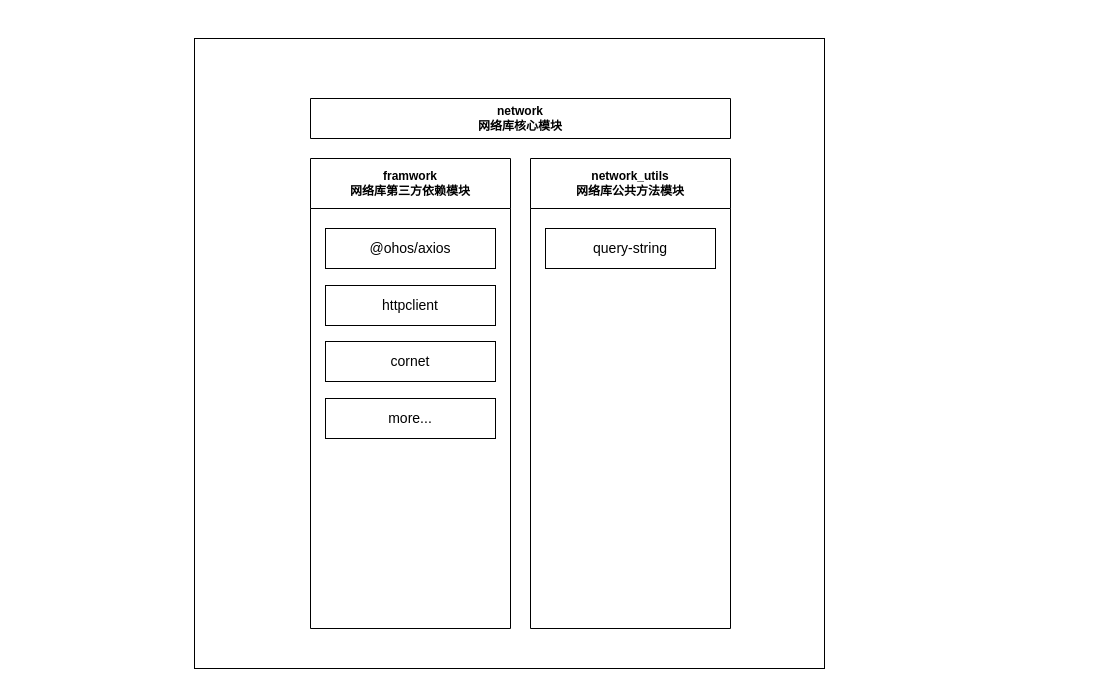
This is net流程图.drawio from ireneAi/ireneAi.github.io, a draw.io file, before an edit. Source tidied: cells renumbered, new cells numbered last; positions are measured from the earlier drawing's top-left corner, leaving out a move shared by most shapes. Both pictures are drawn from the tidied source at 100%, with x=0, y=0 at pixel (194, 38).
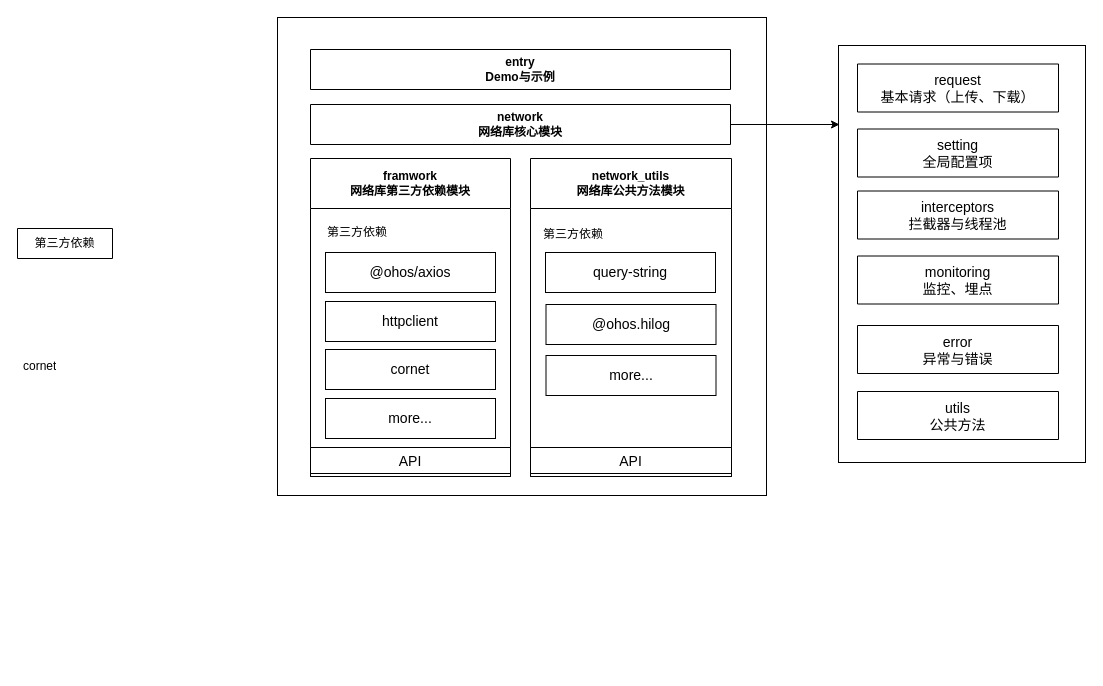
Above is the later version.

Commit message:
更新net流程图.drawio

Diff of the diagram source:
```diff
@@
-    <mxCell id="2" style="whiteSpace=wrap;html=1;" parent="1" vertex="1">
-      <mxGeometry width="630" height="630" as="geometry" />
-    </mxCell>
+    <mxCell id="11" style="rounded=0;whiteSpace=wrap;html=1;" parent="1" vertex="1">
+      <mxGeometry x="644" y="7" width="247" height="417" as="geometry" />
+    </mxCell>
+    <mxCell id="12" style="rounded=0;whiteSpace=wrap;html=1;" parent="1" vertex="1">
+      <mxGeometry x="83" y="-21" width="489" height="478" as="geometry" />
+    </mxCell>
+    <mxCell id="13" style="edgeStyle=orthogonalEdgeStyle;rounded=0;jettySize=auto;html=1;exitX=1;exitY=0.5;exitDx=0;exitDy=0;" parent="1" edge="1" source="3">
+      <mxGeometry relative="1" as="geometry">
+        <mxPoint x="645" y="86" as="targetPoint" />
+      </mxGeometry>
+    </mxCell>
     <mxCell id="3" value="network&lt;br&gt;网络库核心模块" style="swimlane;whiteSpace=wrap;html=1;startSize=50;" parent="1" vertex="1" collapsed="1">
-      <mxGeometry x="116" y="60" width="420" height="40" as="geometry" />
+      <mxGeometry x="116" y="66" width="420" height="40" as="geometry" />
     </mxCell>
     <mxCell id="4" value="network_utils&lt;br&gt;网络库公共方法模块" style="swimlane;whiteSpace=wrap;html=1;startSize=50;" parent="1" vertex="1">
-      <mxGeometry x="336" y="120" width="200" height="470" as="geometry" />
+      <mxGeometry x="336" y="120" width="201" height="318" as="geometry" />
     </mxCell>
+    <mxCell id="14" value="API" style="swimlane;fontStyle=0;horizontal=1;startSize=26;align=center;fontSize=14;" parent="4" vertex="1" collapsed="1">
+      <mxGeometry y="289" width="201" height="29" as="geometry" />
+    </mxCell>
+    <mxCell id="15" value="@ohos.hilog" style="rounded=0;whiteSpace=wrap;html=1;fontSize=14;" parent="4" vertex="1">
+      <mxGeometry x="15.5" y="146" width="170" height="40" as="geometry" />
+    </mxCell>
+    <mxCell id="16" value="more..." style="rounded=0;whiteSpace=wrap;html=1;fontSize=14;" parent="4" vertex="1">
+      <mxGeometry x="15.5" y="197" width="170" height="40" as="geometry" />
+    </mxCell>
     <mxCell id="5" value="framwork&lt;br&gt;网络库第三方依赖模块" style="swimlane;whiteSpace=wrap;html=1;startSize=50;" parent="1" vertex="1">
-      <mxGeometry x="116" y="120" width="200" height="470" as="geometry" />
+      <mxGeometry x="116" y="120" width="200" height="318" as="geometry" />
     </mxCell>
     <mxCell id="6" value="@ohos/axios" style="rounded=0;whiteSpace=wrap;html=1;fontSize=14;" parent="5" vertex="1">
-      <mxGeometry x="15" y="70" width="170" height="40" as="geometry" />
+      <mxGeometry x="15" y="94" width="170" height="40" as="geometry" />
     </mxCell>
     <mxCell id="7" value="httpclient" style="rounded=0;whiteSpace=wrap;html=1;fontSize=14;" parent="1" vertex="1">
-      <mxGeometry x="131" y="247" width="170" height="40" as="geometry" />
+      <mxGeometry x="131" y="263" width="170" height="40" as="geometry" />
     </mxCell>
     <mxCell id="8" value="cornet" style="rounded=0;whiteSpace=wrap;html=1;fontSize=14;" parent="1" vertex="1">
-      <mxGeometry x="131" y="303" width="170" height="40" as="geometry" />
+      <mxGeometry x="131" y="311" width="170" height="40" as="geometry" />
     </mxCell>
@@
     <mxCell id="10" value="query-string" style="rounded=0;whiteSpace=wrap;html=1;fontSize=14;" parent="1" vertex="1">
-      <mxGeometry x="351" y="190" width="170" height="40" as="geometry" />
+      <mxGeometry x="351" y="214" width="170" height="40" as="geometry" />
     </mxCell>
+    <mxCell id="17" value="entry&lt;br&gt;Demo与示例" style="swimlane;whiteSpace=wrap;html=1;startSize=50;" parent="1" vertex="1" collapsed="1">
+      <mxGeometry x="116" y="11" width="420" height="40" as="geometry" />
+    </mxCell>
+    <mxCell id="18" value="第三方依赖" style="swimlane;fontStyle=0;horizontal=1;startSize=30;whiteSpace=wrap;html=1;" parent="1" vertex="1" collapsed="1">
+      <mxGeometry x="-177" y="190" width="95" height="30" as="geometry" />
+    </mxCell>
+    <mxCell id="19" value="cornet" style="text;strokeColor=none;fillColor=none;align=left;verticalAlign=middle;spacingLeft=4;spacingRight=4;overflow=hidden;whiteSpace=wrap;html=1;" parent="1" vertex="1">
+      <mxGeometry x="-177" y="313" width="140" height="30" as="geometry" />
+    </mxCell>
+    <mxCell id="20" value="&lt;span style=&quot;color: rgb(0, 0, 0); font-family: Helvetica; font-size: 12px; font-style: normal; font-variant-ligatures: normal; font-variant-caps: normal; font-weight: 400; letter-spacing: normal; orphans: 2; text-align: center; text-indent: 0px; text-transform: none; widows: 2; word-spacing: 0px; -webkit-text-stroke-width: 0px; background-color: rgb(255, 255, 255); text-decoration-thickness: initial; text-decoration-style: initial; text-decoration-color: initial; float: none; display: inline !important;&quot;&gt;第三方依赖&lt;/span&gt;" style="text;whiteSpace=wrap;html=1;" parent="1" vertex="1">
+      <mxGeometry x="131" y="180" width="88" height="36" as="geometry" />
+    </mxCell>
+    <mxCell id="21" value="API" style="swimlane;fontStyle=0;horizontal=1;startSize=26;align=center;fontSize=14;" parent="1" vertex="1" collapsed="1">
+      <mxGeometry x="116" y="409" width="200" height="29" as="geometry" />
+    </mxCell>
+    <mxCell id="22" value="&lt;span style=&quot;color: rgb(0, 0, 0); font-family: Helvetica; font-size: 12px; font-style: normal; font-variant-ligatures: normal; font-variant-caps: normal; font-weight: 400; letter-spacing: normal; orphans: 2; text-align: center; text-indent: 0px; text-transform: none; widows: 2; word-spacing: 0px; -webkit-text-stroke-width: 0px; background-color: rgb(255, 255, 255); text-decoration-thickness: initial; text-decoration-style: initial; text-decoration-color: initial; float: none; display: inline !important;&quot;&gt;第三方依赖&lt;/span&gt;" style="text;whiteSpace=wrap;html=1;" parent="1" vertex="1">
+      <mxGeometry x="347" y="182" width="88" height="36" as="geometry" />
+    </mxCell>
+    <mxCell id="23" value="request&#10;基本请求（上传、下载）" style="swimlane;fontStyle=0;horizontal=1;startSize=48;align=center;fontSize=14;" parent="1" vertex="1" collapsed="1">
+      <mxGeometry x="663" y="25.5" width="201" height="48" as="geometry" />
+    </mxCell>
+    <mxCell id="24" value="setting&#10;全局配置项" style="swimlane;fontStyle=0;horizontal=1;startSize=48;align=center;fontSize=14;" parent="1" vertex="1" collapsed="1">
+      <mxGeometry x="663" y="90.5" width="201" height="48" as="geometry" />
+    </mxCell>
+    <mxCell id="25" value="interceptors&#10;拦截器与线程池" style="swimlane;fontStyle=0;horizontal=1;startSize=48;align=center;fontSize=14;" parent="1" vertex="1" collapsed="1">
+      <mxGeometry x="663" y="152.5" width="201" height="48" as="geometry" />
+    </mxCell>
+    <mxCell id="26" value="monitoring&#10;监控、埋点" style="swimlane;fontStyle=0;horizontal=1;startSize=48;align=center;fontSize=14;" parent="1" vertex="1" collapsed="1">
+      <mxGeometry x="663" y="217.5" width="201" height="48" as="geometry" />
+    </mxCell>
+    <mxCell id="27" value="utils&#10;公共方法" style="swimlane;fontStyle=0;horizontal=1;startSize=48;align=center;fontSize=14;" parent="1" vertex="1" collapsed="1">
+      <mxGeometry x="663" y="353" width="201" height="48" as="geometry" />
+    </mxCell>
+    <mxCell id="28" value="error&#10;异常与错误" style="swimlane;fontStyle=0;horizontal=1;startSize=48;align=center;fontSize=14;" parent="1" vertex="1" collapsed="1">
+      <mxGeometry x="663" y="287" width="201" height="48" as="geometry" />
+    </mxCell>
```
